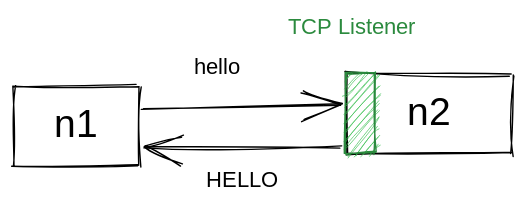
This is .gitbook/assets/file.excalidraw.svg from build-trust/ockam-documentation, a Excalidraw export, as it was before one commit. Source tidied: one line per element, renumbered; positions are measured from the earlier drawing's top-left corner, leaving out a move shared by most shapes.
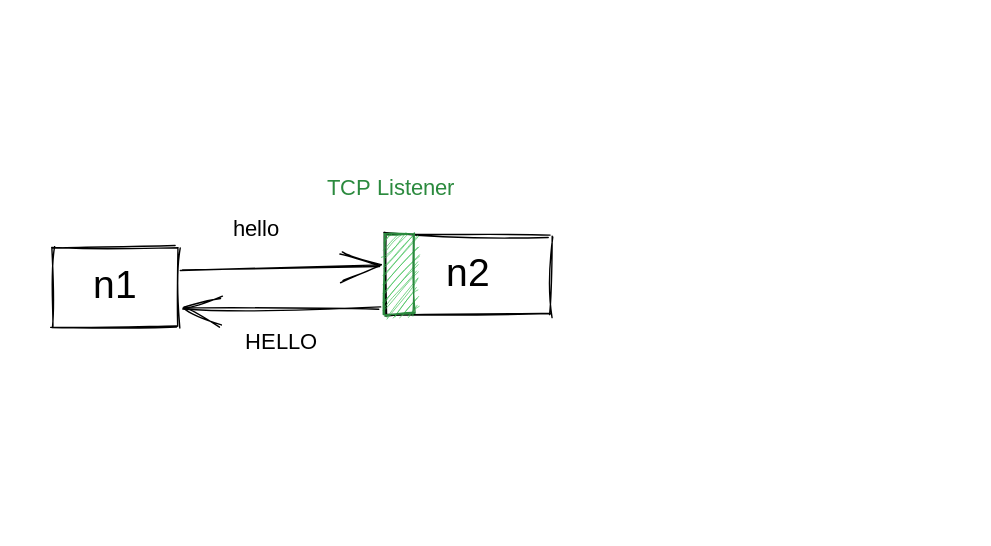
The same diagram one commit later.

Commit message:
GITBOOK-891: change request with no subject merged in GitBook

Diff of the diagram source:
```diff
@@ -2,9 +2,10 @@
 {"id": 1, "type": "text", "text": "n1", "strokeColor": "#000000", "strokeWidth": 1, "roughness": 1, "fontSize": 28, "fontFamily": 1, "textAlign": "center", "verticalAlign": "middle", "inside": 0, "x": 33, "y": 63, "width": 23, "height": 35}
 {"id": 2, "type": "rectangle", "strokeColor": "#000000", "strokeWidth": 1, "roughness": 1, "x": 238, "y": 43, "width": 118, "height": 57}
 {"id": 3, "type": "text", "text": "n2", "strokeColor": "#000000", "strokeWidth": 1, "roughness": 1, "fontSize": 28, "fontFamily": 1, "textAlign": "center", "verticalAlign": "middle", "inside": 2, "x": 279, "y": 54, "width": 35, "height": 35}
-{"id": 4, "type": "arrow", "strokeColor": "#000000", "strokeWidth": 1, "roughness": 1, "endArrowhead": "arrow", "round": true, "from": 0, "to": 2, "x": 92, "y": 67, "width": 143, "height": 2, "points": [[0, 0], [143, -2]]}
+{"id": 4, "type": "arrow", "strokeColor": "#000000", "strokeWidth": 1, "roughness": 1, "endArrowhead": "arrow", "round": true, "from": 0, "to": 9, "x": 92, "y": 67, "width": 143, "height": 2, "points": [[0, 0], [143, -2]]}
-{"id": 5, "type": "arrow", "strokeColor": "#000000", "strokeWidth": 1, "roughness": 1, "endArrowhead": "arrow", "from": 2, "to": 0, "x": 234, "y": 94, "width": 142, "height": 2, "points": [[0, 0], [-142, 2]]}
+{"id": 5, "type": "arrow", "strokeColor": "#000000", "strokeWidth": 1, "roughness": 1, "endArrowhead": "arrow", "from": 9, "to": 0, "x": 234, "y": 94, "width": 142, "height": 2, "points": [[0, 0], [-142, 2]]}
 {"id": 6, "type": "text", "text": "hello", "strokeColor": "#000000", "strokeWidth": 1, "roughness": 1, "fontSize": 16, "fontFamily": 1, "x": 128, "y": 29, "width": 36, "height": 20}
 {"id": 7, "type": "text", "text": "HELLO", "strokeColor": "#000000", "strokeWidth": 1, "roughness": 1, "fontSize": 16, "fontFamily": 1, "x": 137, "y": 110, "width": 52, "height": 20}
 {"id": 8, "type": "text", "text": "TCP Listener", "strokeColor": "#2b8a3e", "strokeWidth": 1, "roughness": 1, "fontSize": 16, "fontFamily": 1, "x": 195, "y": 0, "width": 106, "height": 20}
 {"id": 9, "type": "rectangle", "strokeColor": "#2b8a3e", "backgroundColor": "#40c057", "fillStyle": "hachure", "strokeWidth": 1, "roughness": 1, "x": 237, "y": 42, "width": 21, "height": 58}
+{"id": 10, "type": "rectangle", "strokeColor": "transparent", "strokeWidth": 1, "roughness": 1, "round": true, "x": -28, "y": -115, "width": 688, "height": 370}
```
